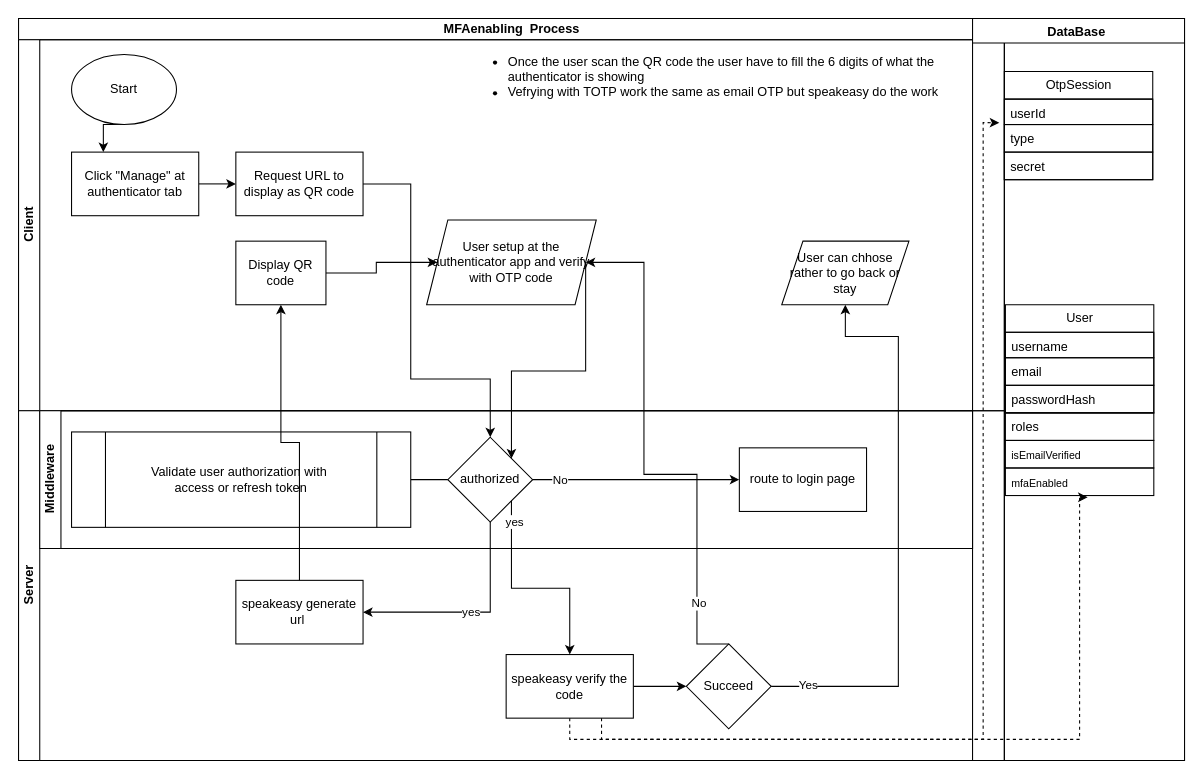
Thomas-aka-Eram/drawIO keeps this draw.io diagram as drawIO/MFAenablingAuthenticator.drawio. Above is the earlier version. Source tidied: cells renumbered, new cells numbered last; positions are measured from the earlier drawing's top-left corner, leaving out a move shared by most shapes. Both pictures are drawn from the tidied source at 106%, with x=0, y=0 at pixel (18, 18).
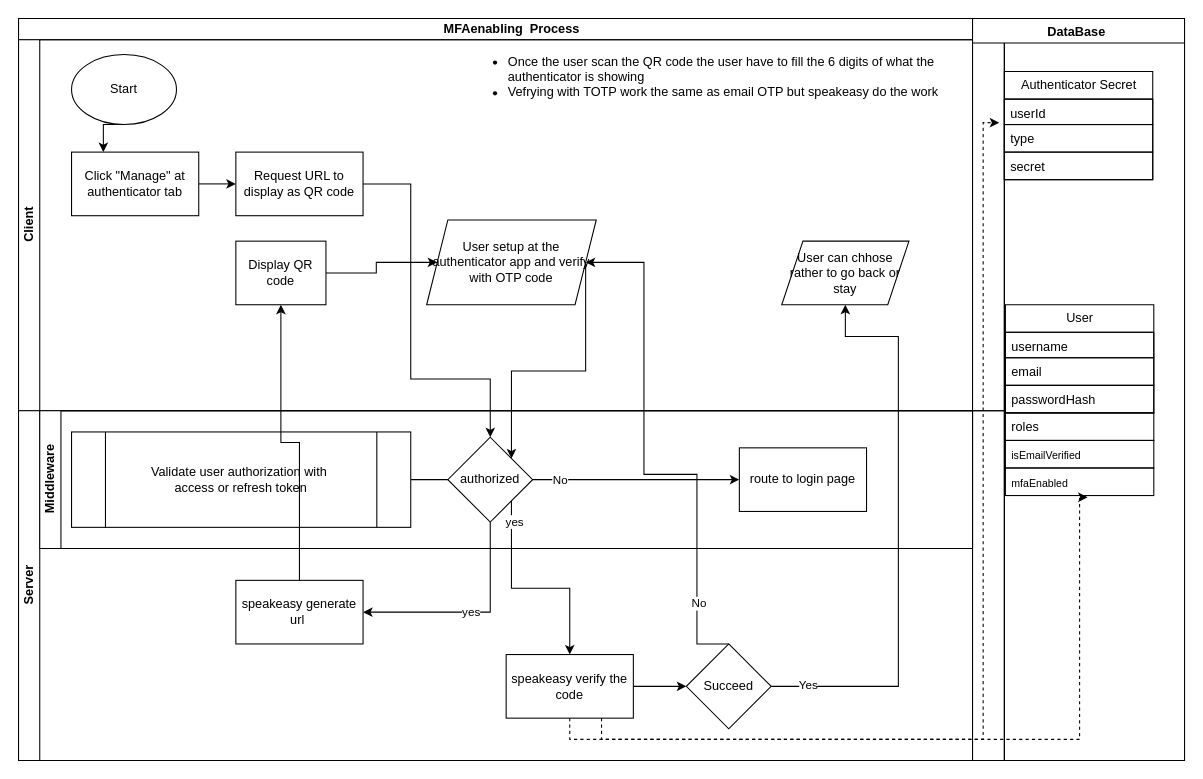
Above is the later version.

The change refers to these unchanged cells:
```xml
<mxCell id="37" style="group;" parent="36" vertex="1">
  <mxGeometry x="30" y="50" width="140" height="102" as="geometry" />
</mxCell>
```

The edit, as a diff of the source:
```diff
@@
-    <mxCell id="38" value="OtpSession" style="swimlane;fontStyle=0;horizontal=1;startSize=26;fillColor=none;html=1;strokeColor=default;" parent="37" vertex="1">
+    <mxCell id="38" value="Authenticator Secret" style="swimlane;fontStyle=0;horizontal=1;startSize=26;fillColor=none;html=1;strokeColor=default;" parent="37" vertex="1">
       <mxGeometry width="140" height="102" as="geometry" />
     </mxCell>
```
